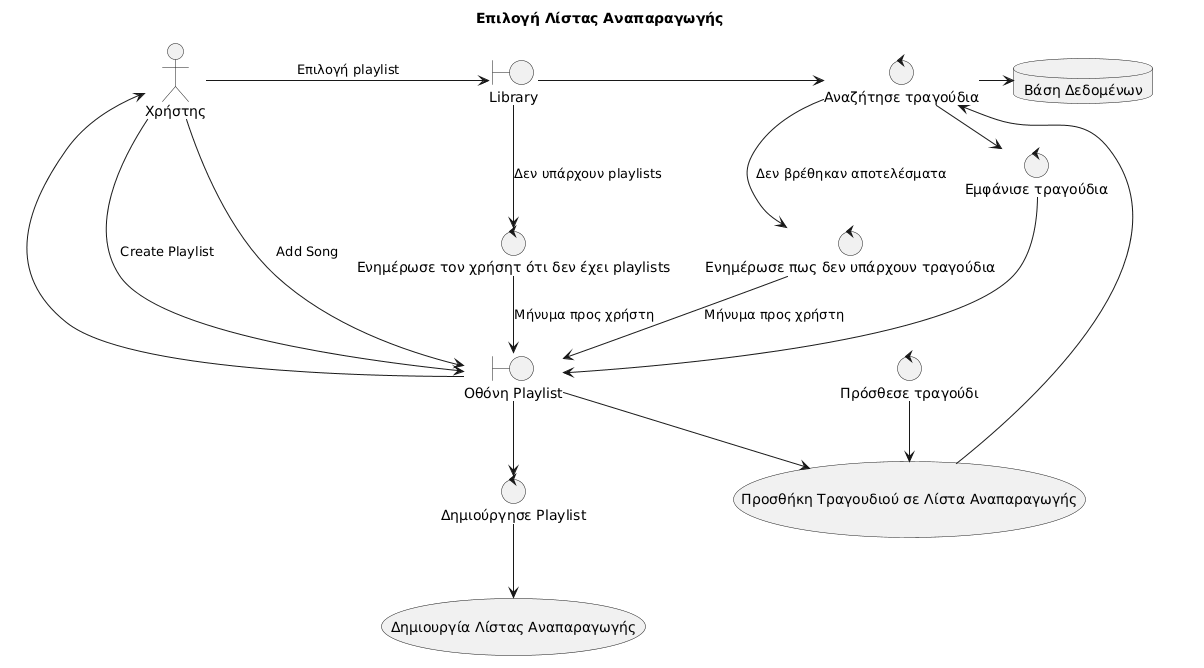
Before: Paradoteo_3/RobustnessDiagrams/SelectPlaylist.png, a diagram exported from PlantUML (RubenKingCP/Namify). Its source is kept beside it as Paradoteo_3/RobustnessDiagrams/SelectPlaylist.puml. The source it was exported from:
```plantuml
@startuml name

title Επιλογή Λίστας Αναπαραγωγής

actor "Χρήστης" as u
boundary "Library" as lib
database "Βάση Δεδομένων" as db
control "Αναζήτησε τραγούδια" as search
control "Εμφάνισε τραγούδια" as ss
boundary "Οθόνη Playlist" as ps
control "Ενημέρωσε τον χρήσητ ότι δεν έχει playlists" as np
usecase "Δημιουργία Λίστας Αναπαραγωγής" as cp
control "Δημιούργησε Playlist" as ccp
control "Ενημέρωσε πως δεν υπάρχουν τραγούδια" as ins
control "Πρόσθεσε τραγούδι" as addsong
usecase "Προσθήκη Τραγουδιού σε Λίστα Αναπαραγωγής" as addSong

u -> lib : Επιλογή playlist
lib -> search
search -> db
search -> ss
ss -> ps
ps -> u

lib --> np : Δεν υπάρχουν playlists
np --> ps : Μήνυμα προς χρήστη
u --> ps : "Create Playlist"
ps --> ccp
ccp --> cp

search --> ins : Δεν βρέθηκαν αποτελέσματα
ins --> ps : Μήνυμα προς χρήστη
u --> ps : "Add Song"
ps --> addSong
addsong --> addSong
addSong --> search
@enduml
```
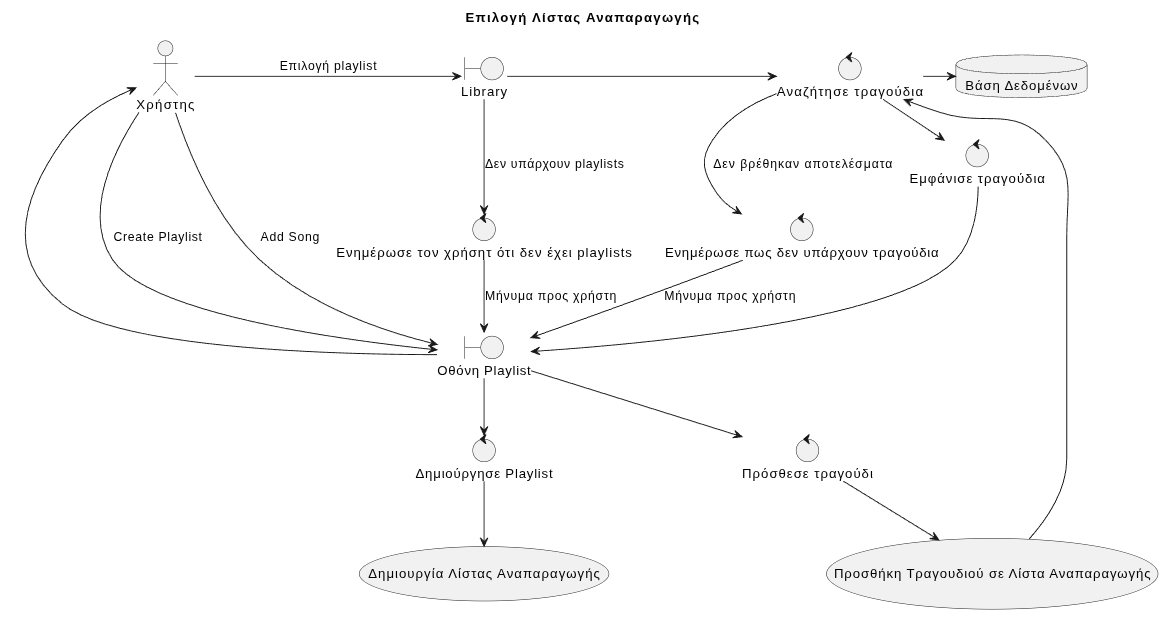
Above is the later version.

Commit message:
Corrected SelectPlaylist Robustness

Diff of the diagram source:
```diff
@@ -31,7 +31,7 @@
 search --> ins : Δεν βρέθηκαν αποτελέσματα
 ins --> ps : Μήνυμα προς χρήστη
 u --> ps : "Add Song"
-ps --> addSong
+ps --> addsong
 addsong --> addSong
 addSong --> search
 @enduml
```
